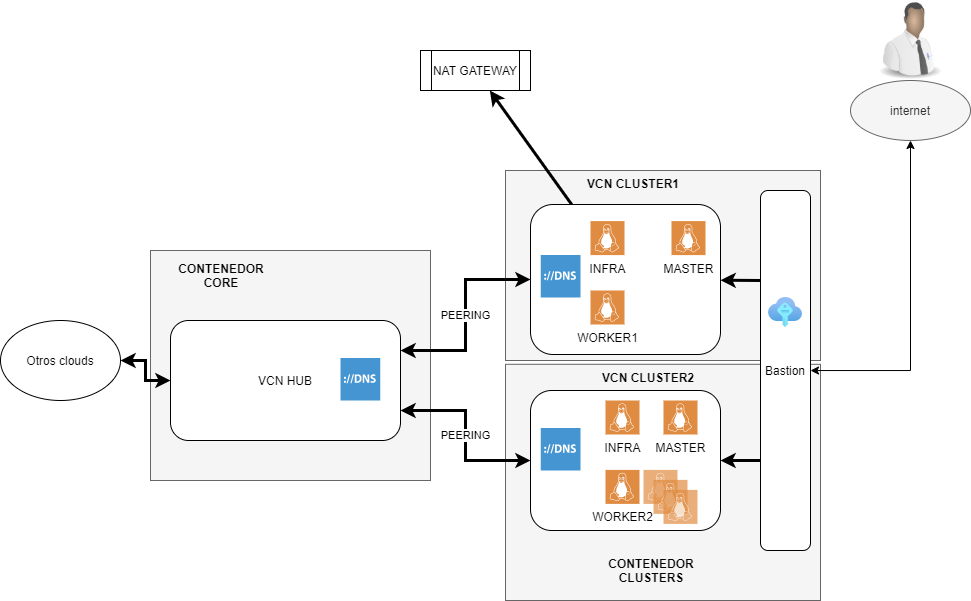
The draw.io diagram esquema.png in victhor666/Openshift-OCI, before a commit. Source tidied: cells renumbered, new cells last; positions are measured from the earlier drawing's top-left corner, leaving out a move shared by most shapes.
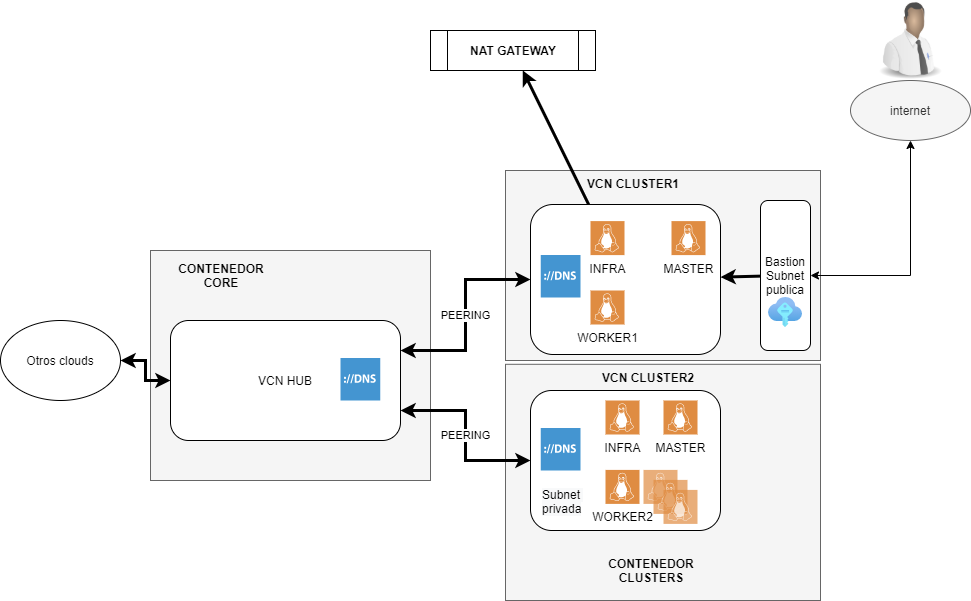
The same file after the commit.

Commit message:
incluyendo tiempos de espera

Diff of the diagram source:
```diff
@@ -59,8 +59,8 @@
     <mxCell id="20" value="&lt;div style=&quot;text-align: center&quot;&gt;&lt;font face=&quot;helvetica&quot;&gt;CONTENEDOR CORE&lt;/font&gt;&lt;/div&gt;" style="text;whiteSpace=wrap;html=1;fontStyle=1;" parent="1" vertex="1">
       <mxGeometry x="160" y="254.6" width="120" height="30" as="geometry" />
     </mxCell>
-    <mxCell id="21" value="NAT GATEWAY" style="shape=process;whiteSpace=wrap;html=1;backgroundOutline=1;" parent="1" vertex="1">
-      <mxGeometry x="420" y="50" width="110" height="40" as="geometry" />
+    <mxCell id="21" value="NAT GATEWAY" style="shape=process;whiteSpace=wrap;html=1;backgroundOutline=1;fontStyle=1;" parent="1" vertex="1">
+      <mxGeometry x="430" y="30" width="165" height="40" as="geometry" />
     </mxCell>
     <mxCell id="22" value="internet" style="ellipse;whiteSpace=wrap;html=1;rounded=0;fontColor=#333333;strokeColor=#666666;fillColor=#f5f5f5;" parent="1" vertex="1">
       <mxGeometry x="850" y="80" width="120" height="60" as="geometry" />
@@ -89,14 +89,11 @@
     <mxCell id="30" value="&lt;div style=&quot;text-align: center&quot;&gt;&lt;font face=&quot;helvetica&quot;&gt;CONTENEDOR CLUSTERS&lt;/font&gt;&lt;/div&gt;" style="text;whiteSpace=wrap;html=1;fontStyle=1;" parent="1" vertex="1">
       <mxGeometry x="590" y="550" width="120" height="30" as="geometry" />
     </mxCell>
-    <mxCell id="31" style="edgeStyle=none;rounded=0;jettySize=auto;html=1;startArrow=none;startFill=0;strokeWidth=3;exitX=0;exitY=0.25;exitDx=0;exitDy=0;" parent="1" edge="1" source="33" target="9">
+    <mxCell id="31" style="edgeStyle=none;rounded=0;jettySize=auto;html=1;startArrow=none;startFill=0;strokeWidth=3;" parent="1" edge="1" source="33" target="9">
       <mxGeometry relative="1" as="geometry" />
     </mxCell>
-    <mxCell id="32" style="edgeStyle=none;rounded=0;jettySize=auto;html=1;entryX=1;entryY=0.5;entryDx=0;entryDy=0;startArrow=none;startFill=0;strokeWidth=3;exitX=0;exitY=0.75;exitDx=0;exitDy=0;" parent="1" edge="1" source="33" target="10">
-      <mxGeometry relative="1" as="geometry" />
-    </mxCell>
-    <mxCell id="33" value="Bastion" style="rounded=1;whiteSpace=wrap;html=1;" parent="1" vertex="1">
-      <mxGeometry x="760" y="190" width="50" height="360" as="geometry" />
+    <mxCell id="33" value="Bastion&lt;br&gt;Subnet publica" style="rounded=1;whiteSpace=wrap;html=1;" parent="1" vertex="1">
+      <mxGeometry x="760" y="200" width="50" height="150" as="geometry" />
     </mxCell>
     <mxCell id="34" style="image;html=1;image=img/lib/clip_art/people/Tech_Man_Black_128x128.png;opacity=70;" parent="1" vertex="1">
       <mxGeometry x="870" width="80" height="80" as="geometry" />
@@ -107,5 +104,8 @@
     <mxCell id="36" style="html=1;align=center;image;fontSize=12;image=img/lib/azure2/other/SSH_Keys.svg;opacity=70;" parent="1" vertex="1">
       <mxGeometry x="768" y="297" width="34" height="30" as="geometry" />
     </mxCell>
+    <mxCell id="37" value="&lt;span style=&quot;color: rgb(0 , 0 , 0) ; font-family: &amp;#34;helvetica&amp;#34; ; font-size: 12px ; font-style: normal ; font-weight: 400 ; letter-spacing: normal ; text-align: center ; text-indent: 0px ; text-transform: none ; word-spacing: 0px ; background-color: rgb(248 , 249 , 250) ; display: inline ; float: none&quot;&gt;Subnet &lt;br&gt;privada&lt;/span&gt;" style="text;whiteSpace=wrap;html=1;" parent="1" vertex="1">
+      <mxGeometry x="540.2" y="481.4" width="100" height="30" as="geometry" />
+    </mxCell>
   </root>
 </mxGraphModel>
```
